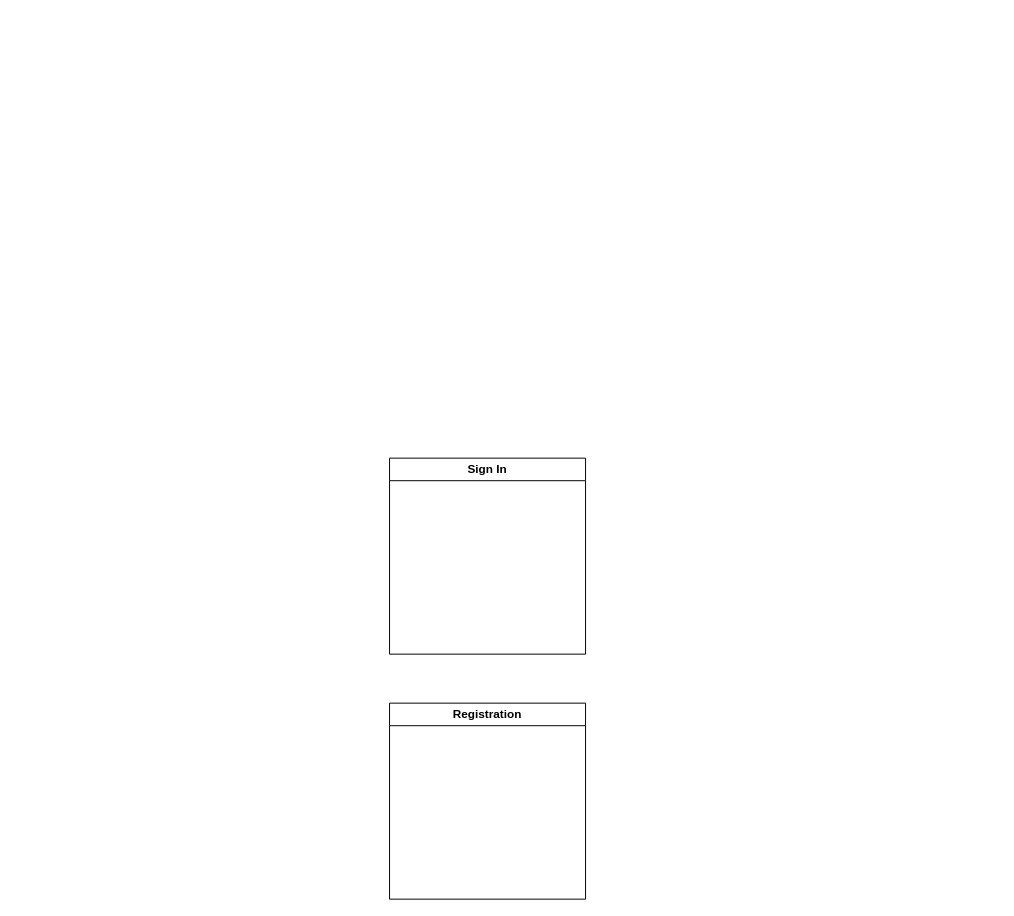
This is e-commerce.drawio from kmsanjar47/kmsanjar47, a draw.io file, before an edit. Source tidied: cells renumbered, new cells numbered last; positions are measured from the earlier drawing's top-left corner, leaving out a move shared by most shapes. Both pictures are drawn from the tidied source at 98%, with x=0, y=0 at pixel (389, 458).
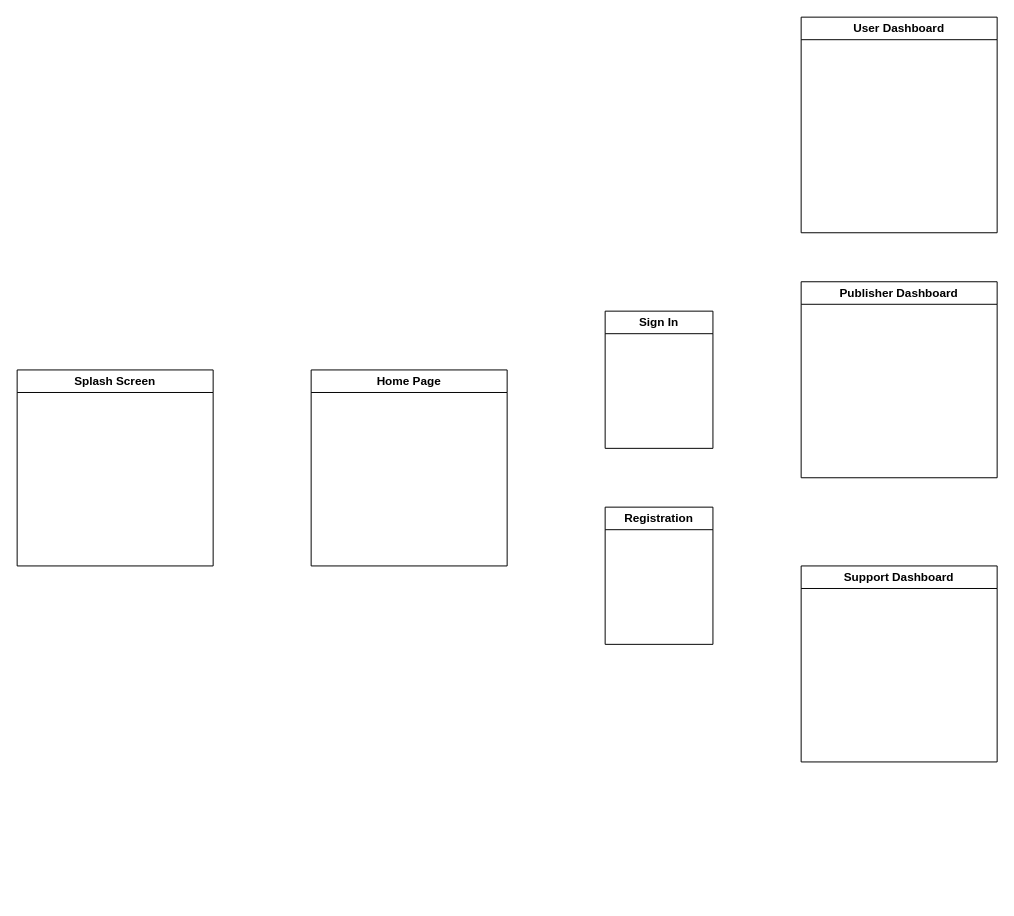
The same diagram, later.

Change to the diagram source:
```diff
@@
 <mxGraphModel>
   <root>
     <mxCell id="0" />
     <mxCell id="1" parent="0" />
     <mxCell id="2" value="Sign In" style="swimlane;whiteSpace=wrap;html=1;startSize=23;" parent="1" vertex="1">
-      <mxGeometry width="200" height="200" as="geometry" />
+      <mxGeometry x="220" y="-150" width="110" height="140" as="geometry" />
     </mxCell>
     <mxCell id="3" value="Registration" style="swimlane;whiteSpace=wrap;html=1;" parent="1" vertex="1">
-      <mxGeometry y="250" width="200" height="200" as="geometry" />
+      <mxGeometry x="220" y="50" width="110" height="140" as="geometry" />
     </mxCell>
+    <mxCell id="4" value="User Dashboard" style="swimlane;whiteSpace=wrap;html=1;startSize=23;" parent="1" vertex="1">
+      <mxGeometry x="420" y="-450" width="200" height="220" as="geometry" />
+    </mxCell>
+    <mxCell id="5" value="Publisher Dashboard" style="swimlane;whiteSpace=wrap;html=1;" parent="1" vertex="1">
+      <mxGeometry x="420" y="-180" width="200" height="200" as="geometry" />
+    </mxCell>
+    <mxCell id="6" value="Support Dashboard" style="swimlane;whiteSpace=wrap;html=1;" parent="1" vertex="1">
+      <mxGeometry x="420" y="110" width="200" height="200" as="geometry" />
+    </mxCell>
+    <mxCell id="7" value="Home Page" style="swimlane;whiteSpace=wrap;html=1;" parent="1" vertex="1">
+      <mxGeometry x="-80" y="-90" width="200" height="200" as="geometry" />
+    </mxCell>
+    <mxCell id="8" value="Splash Screen" style="swimlane;whiteSpace=wrap;html=1;" parent="1" vertex="1">
+      <mxGeometry x="-380" y="-90" width="200" height="200" as="geometry" />
+    </mxCell>
   </root>
 </mxGraphModel>
```
